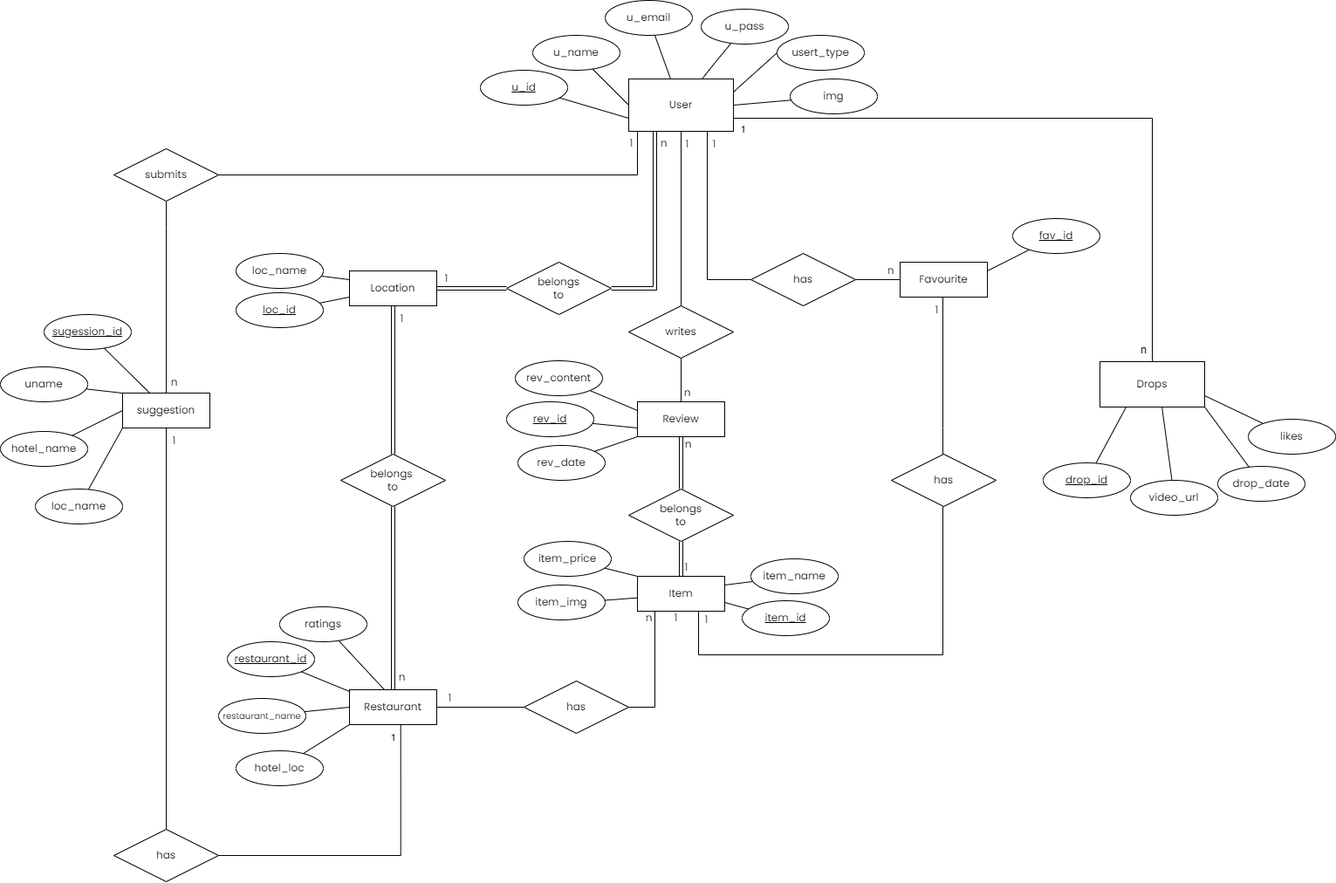
Before: docs/FINAL DOCUMENTATION/UML DIAGRAMS/ER/ER Diagram.drawio.png, a diagram exported from draw.io (darshan-dinesh-mp/eatables). Source tidied: cells renumbered, new cells last; positions are measured from the earlier drawing's top-left corner, leaving out a move shared by most shapes.
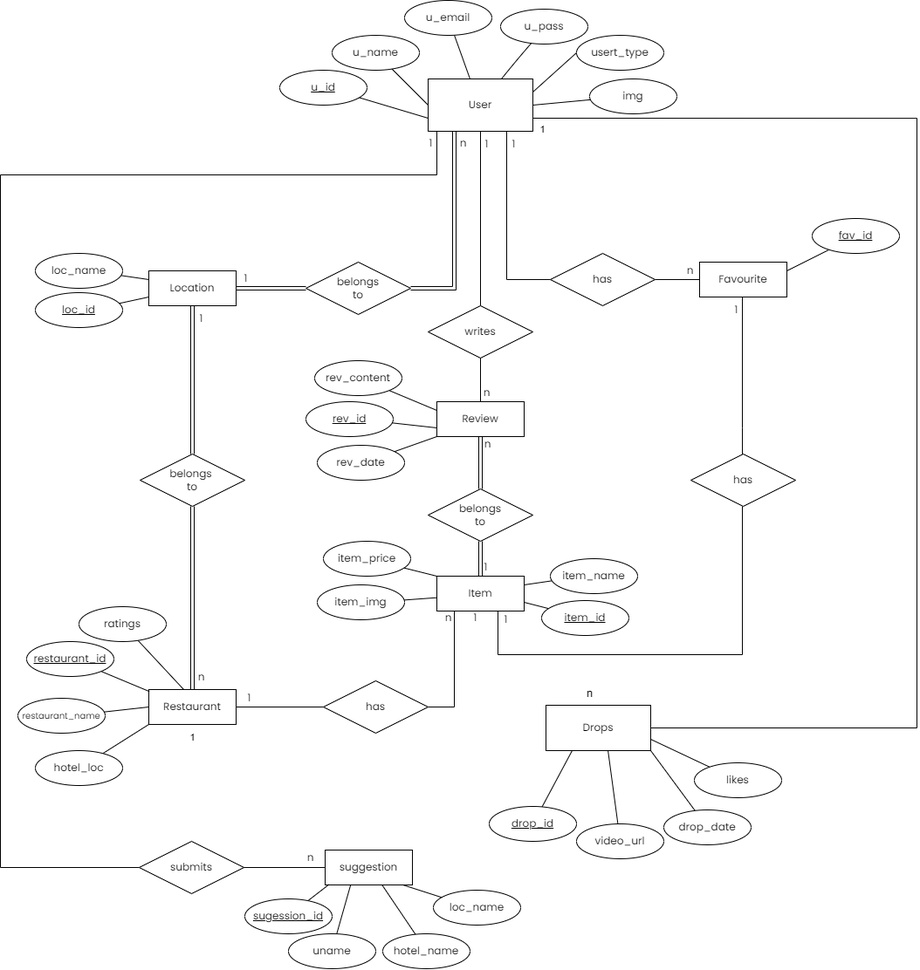
After the commit.

What changed in the source:
```diff
@@ -23,11 +23,13 @@
         </Array>
       </mxGeometry>
     </mxCell>
-    <mxCell id="5" style="edgeStyle=orthogonalEdgeStyle;shape=connector;rounded=0;jettySize=auto;html=1;labelBackgroundColor=default;strokeColor=default;fontFamily=Poppins;fontSize=12;fontColor=default;endArrow=none;endFill=0;exitX=0.25;exitY=0;exitDx=0;exitDy=0;fontStyle=0;fontSource=https%3A%2F%2Ffonts.googleapis.com%2Fcss%3Ffamily%3DPoppins;" parent="1" edge="1" source="6" target="13">
+    <mxCell id="5" style="edgeStyle=orthogonalEdgeStyle;shape=connector;rounded=0;jettySize=auto;html=1;labelBackgroundColor=default;strokeColor=default;fontFamily=Poppins;fontSize=12;fontColor=default;endArrow=none;endFill=0;exitX=0.25;exitY=0;exitDx=0;exitDy=0;fontStyle=0;fontSource=https%3A%2F%2Ffonts.googleapis.com%2Fcss%3Ffamily%3DPoppins;entryX=0;entryY=0.5;entryDx=0;entryDy=0;" parent="1" edge="1" source="6" target="13">
       <mxGeometry relative="1" as="geometry">
         <Array as="points">
           <mxPoint x="730" y="90" />
           <mxPoint x="730" y="200" />
+          <mxPoint x="230" y="200" />
+          <mxPoint x="230" y="994" />
         </Array>
       </mxGeometry>
     </mxCell>
@@ -53,22 +55,17 @@
     <mxCell id="11" value="writes" style="shape=rhombus;perimeter=rhombusPerimeter;whiteSpace=wrap;html=1;align=center;fontStyle=0;fontFamily=Poppins;fontSource=https%3A%2F%2Ffonts.googleapis.com%2Fcss%3Ffamily%3DPoppins;fontSize=12;" parent="1" vertex="1">
       <mxGeometry x="720" y="350" width="120" height="60" as="geometry" />
     </mxCell>
-    <mxCell id="12" style="edgeStyle=orthogonalEdgeStyle;shape=connector;rounded=0;jettySize=auto;html=1;labelBackgroundColor=default;strokeColor=default;fontFamily=Poppins;fontSize=12;fontColor=default;endArrow=none;endFill=0;fontStyle=0;fontSource=https%3A%2F%2Ffonts.googleapis.com%2Fcss%3Ffamily%3DPoppins;" parent="1" edge="1" source="13" target="15">
-      <mxGeometry relative="1" as="geometry">
-        <Array as="points">
-          <mxPoint x="190" y="260" />
-          <mxPoint x="190" y="260" />
-        </Array>
-      </mxGeometry>
+    <mxCell id="12" style="edgeStyle=orthogonalEdgeStyle;shape=connector;rounded=0;jettySize=auto;html=1;entryX=0;entryY=0.5;entryDx=0;entryDy=0;labelBackgroundColor=default;strokeColor=default;fontFamily=Poppins;fontSource=https%3A%2F%2Ffonts.googleapis.com%2Fcss%3Ffamily%3DPoppins;fontSize=12;fontColor=default;endArrow=none;endFill=0;" parent="1" edge="1" source="13" target="15">
+      <mxGeometry relative="1" as="geometry" />
     </mxCell>
     <mxCell id="13" value="submits" style="shape=rhombus;perimeter=rhombusPerimeter;whiteSpace=wrap;html=1;align=center;fontStyle=0;fontFamily=Poppins;fontSource=https%3A%2F%2Ffonts.googleapis.com%2Fcss%3Ffamily%3DPoppins;fontSize=12;" parent="1" vertex="1">
-      <mxGeometry x="130" y="170" width="120" height="60" as="geometry" />
+      <mxGeometry x="389" y="964" width="120" height="60" as="geometry" />
     </mxCell>
     <mxCell id="14" value="Favourite" style="whiteSpace=wrap;html=1;align=center;fontFamily=Poppins;fontSize=12;fontColor=default;fontStyle=0;fontSource=https%3A%2F%2Ffonts.googleapis.com%2Fcss%3Ffamily%3DPoppins;" parent="1" vertex="1">
       <mxGeometry x="1031" y="300" width="100" height="40" as="geometry" />
     </mxCell>
     <mxCell id="15" value="suggestion" style="whiteSpace=wrap;html=1;align=center;fontFamily=Poppins;fontSize=12;fontColor=default;fontStyle=0;fontSource=https%3A%2F%2Ffonts.googleapis.com%2Fcss%3Ffamily%3DPoppins;" parent="1" vertex="1">
-      <mxGeometry x="140" y="450" width="100" height="40" as="geometry" />
+      <mxGeometry x="602" y="974" width="100" height="40" as="geometry" />
     </mxCell>
     <mxCell id="16" value="Location" style="whiteSpace=wrap;html=1;align=center;fontFamily=Poppins;fontSize=12;fontColor=default;fontStyle=0;fontSource=https%3A%2F%2Ffonts.googleapis.com%2Fcss%3Ffamily%3DPoppins;" parent="1" vertex="1">
       <mxGeometry x="400" y="310" width="100" height="40" as="geometry" />
@@ -101,23 +98,6 @@
     <mxCell id="22" value="has" style="shape=rhombus;perimeter=rhombusPerimeter;whiteSpace=wrap;html=1;align=center;fontFamily=Poppins;fontSize=12;fontColor=default;fontStyle=0;fontSource=https%3A%2F%2Ffonts.googleapis.com%2Fcss%3Ffamily%3DPoppins;" parent="1" vertex="1">
       <mxGeometry x="1021" y="520" width="120" height="60" as="geometry" />
     </mxCell>
-    <mxCell id="23" style="edgeStyle=orthogonalEdgeStyle;shape=connector;rounded=0;jettySize=auto;html=1;labelBackgroundColor=default;strokeColor=default;fontFamily=Poppins;fontSize=12;fontColor=default;endArrow=none;endFill=0;entryX=0.5;entryY=1;entryDx=0;entryDy=0;fontStyle=0;fontSource=https%3A%2F%2Ffonts.googleapis.com%2Fcss%3Ffamily%3DPoppins;" parent="1" edge="1" source="25" target="15">
-      <mxGeometry relative="1" as="geometry">
-        <Array as="points">
-          <mxPoint x="190" y="980" />
-        </Array>
-      </mxGeometry>
-    </mxCell>
-    <mxCell id="24" style="edgeStyle=orthogonalEdgeStyle;shape=connector;rounded=0;jettySize=auto;html=1;labelBackgroundColor=default;strokeColor=default;fontFamily=Poppins;fontSize=12;fontColor=default;endArrow=none;endFill=0;fontStyle=0;fontSource=https%3A%2F%2Ffonts.googleapis.com%2Fcss%3Ffamily%3DPoppins;entryX=0.587;entryY=1.008;entryDx=0;entryDy=0;entryPerimeter=0;" parent="1" edge="1" source="25" target="30">
-      <mxGeometry relative="1" as="geometry">
-        <Array as="points">
-          <mxPoint x="459" y="980" />
-        </Array>
-      </mxGeometry>
-    </mxCell>
-    <mxCell id="25" value="has" style="shape=rhombus;perimeter=rhombusPerimeter;whiteSpace=wrap;html=1;align=center;fontFamily=Poppins;fontSize=12;fontColor=default;fontStyle=0;fontSource=https%3A%2F%2Ffonts.googleapis.com%2Fcss%3Ffamily%3DPoppins;" parent="1" vertex="1">
-      <mxGeometry x="130" y="950" width="120" height="60" as="geometry" />
-    </mxCell>
     <mxCell id="26" style="edgeStyle=orthogonalEdgeStyle;shape=link;rounded=0;jettySize=auto;html=1;labelBackgroundColor=default;strokeColor=default;fontFamily=Poppins;fontSize=12;fontColor=default;endArrow=none;endFill=0;fontStyle=0;fontSource=https%3A%2F%2Ffonts.googleapis.com%2Fcss%3Ffamily%3DPoppins;" parent="1" edge="1" source="28" target="18">
       <mxGeometry relative="1" as="geometry" />
     </mxCell>
@@ -191,23 +171,23 @@
     <mxCell id="43" value="u_pass" style="ellipse;whiteSpace=wrap;html=1;align=center;fontSize=12;fontStyle=0;fontFamily=Poppins;fontSource=https%3A%2F%2Ffonts.googleapis.com%2Fcss%3Ffamily%3DPoppins;" parent="1" vertex="1">
       <mxGeometry x="803" y="10" width="100" height="40" as="geometry" />
     </mxCell>
-    <mxCell id="44" style="edgeStyle=none;shape=connector;curved=1;rounded=0;jettySize=auto;html=1;labelBackgroundColor=default;strokeColor=default;fontFamily=Poppins;fontSize=12;fontColor=default;endArrow=none;endFill=0;startSize=8;endSize=8;fontStyle=0;fontSource=https%3A%2F%2Ffonts.googleapis.com%2Fcss%3Ffamily%3DPoppins;entryX=0;entryY=0;entryDx=0;entryDy=0;" parent="1" edge="1" source="45" target="15">
+    <mxCell id="44" style="edgeStyle=none;shape=connector;curved=1;rounded=0;jettySize=auto;html=1;labelBackgroundColor=default;strokeColor=default;fontFamily=Poppins;fontSize=12;fontColor=default;endArrow=none;endFill=0;startSize=8;endSize=8;fontStyle=0;fontSource=https%3A%2F%2Ffonts.googleapis.com%2Fcss%3Ffamily%3DPoppins;entryX=0.293;entryY=0.991;entryDx=0;entryDy=0;entryPerimeter=0;" parent="1" edge="1" source="45" target="15">
       <mxGeometry relative="1" as="geometry" />
     </mxCell>
     <mxCell id="45" value="uname" style="ellipse;whiteSpace=wrap;html=1;align=center;fontStyle=0;fontFamily=Poppins;fontSize=12;fontColor=default;fontSource=https%3A%2F%2Ffonts.googleapis.com%2Fcss%3Ffamily%3DPoppins;" parent="1" vertex="1">
-      <mxGeometry y="420" width="100" height="40" as="geometry" />
+      <mxGeometry x="560" y="1070" width="100" height="40" as="geometry" />
     </mxCell>
-    <mxCell id="46" style="edgeStyle=none;shape=connector;curved=1;rounded=0;jettySize=auto;html=1;entryX=0.316;entryY=0.012;entryDx=0;entryDy=0;entryPerimeter=0;labelBackgroundColor=default;strokeColor=default;fontFamily=Poppins;fontSize=12;fontColor=default;endArrow=none;endFill=0;startSize=8;endSize=8;fontStyle=0;fontSource=https%3A%2F%2Ffonts.googleapis.com%2Fcss%3Ffamily%3DPoppins;" parent="1" edge="1" source="47" target="15">
+    <mxCell id="46" style="edgeStyle=none;shape=connector;curved=1;rounded=0;jettySize=auto;html=1;labelBackgroundColor=default;strokeColor=default;fontFamily=Poppins;fontSize=12;fontColor=default;endArrow=none;endFill=0;startSize=8;endSize=8;fontStyle=0;fontSource=https%3A%2F%2Ffonts.googleapis.com%2Fcss%3Ffamily%3DPoppins;entryX=0.042;entryY=0.991;entryDx=0;entryDy=0;entryPerimeter=0;" parent="1" edge="1" source="47" target="15">
       <mxGeometry relative="1" as="geometry" />
     </mxCell>
     <mxCell id="47" value="sugession_id" style="ellipse;whiteSpace=wrap;html=1;align=center;fontFamily=Poppins;fontSize=12;fontColor=default;fontStyle=4;fontSource=https%3A%2F%2Ffonts.googleapis.com%2Fcss%3Ffamily%3DPoppins;" parent="1" vertex="1">
-      <mxGeometry x="50" y="360" width="100" height="40" as="geometry" />
+      <mxGeometry x="510" y="1030" width="100" height="40" as="geometry" />
     </mxCell>
-    <mxCell id="48" style="edgeStyle=none;shape=connector;curved=1;rounded=0;jettySize=auto;html=1;entryX=0;entryY=0.5;entryDx=0;entryDy=0;labelBackgroundColor=default;strokeColor=default;fontFamily=Poppins;fontSize=12;fontColor=default;endArrow=none;endFill=0;startSize=8;endSize=8;fontStyle=0;fontSource=https%3A%2F%2Ffonts.googleapis.com%2Fcss%3Ffamily%3DPoppins;" parent="1" edge="1" source="49" target="15">
+    <mxCell id="48" style="edgeStyle=none;shape=connector;curved=1;rounded=0;jettySize=auto;html=1;entryX=0.653;entryY=1.002;entryDx=0;entryDy=0;labelBackgroundColor=default;strokeColor=default;fontFamily=Poppins;fontSize=12;fontColor=default;endArrow=none;endFill=0;startSize=8;endSize=8;fontStyle=0;fontSource=https%3A%2F%2Ffonts.googleapis.com%2Fcss%3Ffamily%3DPoppins;entryPerimeter=0;" parent="1" edge="1" source="49" target="15">
       <mxGeometry relative="1" as="geometry" />
     </mxCell>
     <mxCell id="49" value="hotel_name" style="ellipse;whiteSpace=wrap;html=1;align=center;fontFamily=Poppins;fontSize=12;fontColor=default;fontStyle=0;fontSource=https%3A%2F%2Ffonts.googleapis.com%2Fcss%3Ffamily%3DPoppins;" parent="1" vertex="1">
-      <mxGeometry y="494" width="100" height="40" as="geometry" />
+      <mxGeometry x="668" y="1070" width="100" height="40" as="geometry" />
     </mxCell>
     <mxCell id="50" style="edgeStyle=none;shape=connector;curved=1;rounded=0;jettySize=auto;html=1;entryX=0;entryY=0.25;entryDx=0;entryDy=0;labelBackgroundColor=default;strokeColor=default;fontFamily=Poppins;fontSize=12;fontColor=default;endArrow=none;endFill=0;startSize=8;endSize=8;fontStyle=0;fontSource=https%3A%2F%2Ffonts.googleapis.com%2Fcss%3Ffamily%3DPoppins;" parent="1" edge="1" source="51" target="16">
       <mxGeometry relative="1" as="geometry" />
@@ -286,15 +266,9 @@
     <mxCell id="74" value="&lt;font style=&quot;font-size: 12px;&quot;&gt;1&lt;/font&gt;" style="text;html=1;align=center;verticalAlign=middle;strokeColor=none;fillColor=none;fontSize=12;fontFamily=Poppins;fontColor=default;fontStyle=0;fontSource=https%3A%2F%2Ffonts.googleapis.com%2Fcss%3Ffamily%3DPoppins;" parent="1" vertex="1">
       <mxGeometry x="708" y="149" width="30" height="30" as="geometry" />
     </mxCell>
-    <mxCell id="75" value="&lt;font style=&quot;font-size: 12px;&quot;&gt;n&lt;/font&gt;" style="text;html=1;align=center;verticalAlign=middle;strokeColor=none;fillColor=none;fontSize=12;fontFamily=Poppins;fontColor=default;fontStyle=0;fontSource=https%3A%2F%2Ffonts.googleapis.com%2Fcss%3Ffamily%3DPoppins;" parent="1" vertex="1">
-      <mxGeometry x="184" y="423" width="30" height="30" as="geometry" />
-    </mxCell>
     <mxCell id="76" value="&lt;font style=&quot;font-size: 12px;&quot;&gt;n&lt;/font&gt;" style="text;html=1;align=center;verticalAlign=middle;strokeColor=none;fillColor=none;fontSize=12;fontFamily=Poppins;fontColor=default;fontStyle=0;fontSource=https%3A%2F%2Ffonts.googleapis.com%2Fcss%3Ffamily%3DPoppins;" parent="1" vertex="1">
       <mxGeometry x="728" y="693" width="30" height="30" as="geometry" />
     </mxCell>
-    <mxCell id="77" value="&lt;font style=&quot;font-size: 12px;&quot;&gt;1&lt;/font&gt;" style="text;html=1;align=center;verticalAlign=middle;strokeColor=none;fillColor=none;fontSize=12;fontFamily=Poppins;fontColor=default;fontStyle=0;fontSource=https%3A%2F%2Ffonts.googleapis.com%2Fcss%3Ffamily%3DPoppins;" parent="1" vertex="1">
-      <mxGeometry x="184" y="490" width="30" height="30" as="geometry" />
-    </mxCell>
     <mxCell id="78" value="&lt;font style=&quot;font-size: 12px;&quot;&gt;n&lt;/font&gt;" style="text;html=1;align=center;verticalAlign=middle;strokeColor=none;fillColor=none;fontSize=12;fontFamily=Poppins;fontColor=default;fontStyle=0;fontSource=https%3A%2F%2Ffonts.googleapis.com%2Fcss%3Ffamily%3DPoppins;" parent="1" vertex="1">
       <mxGeometry x="773" y="494" width="30" height="30" as="geometry" />
     </mxCell>
@@ -331,11 +305,11 @@
     <mxCell id="89" value="img" style="ellipse;whiteSpace=wrap;html=1;align=center;fontSize=12;fontStyle=0;fontFamily=Poppins;fontSource=https%3A%2F%2Ffonts.googleapis.com%2Fcss%3Ffamily%3DPoppins;" parent="1" vertex="1">
       <mxGeometry x="905" y="90" width="100" height="40" as="geometry" />
     </mxCell>
-    <mxCell id="90" style="edgeStyle=none;shape=connector;rounded=0;jettySize=auto;html=1;entryX=0;entryY=1;entryDx=0;entryDy=0;labelBackgroundColor=default;strokeColor=default;fontFamily=Helvetica;fontSize=11;fontColor=default;endArrow=none;endFill=0;" parent="1" edge="1" source="91" target="15">
+    <mxCell id="90" style="edgeStyle=none;shape=connector;rounded=0;jettySize=auto;html=1;labelBackgroundColor=default;strokeColor=default;fontFamily=Helvetica;fontSize=11;fontColor=default;endArrow=none;endFill=0;entryX=0.895;entryY=1.003;entryDx=0;entryDy=0;entryPerimeter=0;" parent="1" edge="1" source="91" target="15">
       <mxGeometry relative="1" as="geometry" />
     </mxCell>
     <mxCell id="91" value="loc_name" style="ellipse;whiteSpace=wrap;html=1;align=center;fontFamily=Poppins;fontSize=12;fontColor=default;fontStyle=0;fontSource=https%3A%2F%2Ffonts.googleapis.com%2Fcss%3Ffamily%3DPoppins;" parent="1" vertex="1">
-      <mxGeometry x="40" y="560" width="100" height="40" as="geometry" />
+      <mxGeometry x="726" y="1020" width="100" height="40" as="geometry" />
     </mxCell>
     <mxCell id="92" style="edgeStyle=none;shape=connector;rounded=0;jettySize=auto;html=1;entryX=0.006;entryY=0.055;entryDx=0;entryDy=0;labelBackgroundColor=default;strokeColor=default;fontFamily=Helvetica;fontSize=11;fontColor=default;endArrow=none;endFill=0;entryPerimeter=0;" parent="1" edge="1" source="93" target="30">
       <mxGeometry relative="1" as="geometry" />
@@ -370,45 +344,49 @@
     <mxCell id="102" value="1" style="text;html=1;align=center;verticalAlign=middle;strokeColor=none;fillColor=none;fontSize=11;fontFamily=Helvetica;fontColor=default;" parent="1" vertex="1">
       <mxGeometry x="435" y="830" width="30" height="30" as="geometry" />
     </mxCell>
-    <mxCell id="103" style="edgeStyle=none;shape=connector;rounded=0;jettySize=auto;html=1;entryX=1;entryY=0.75;entryDx=0;entryDy=0;labelBackgroundColor=default;strokeColor=default;fontFamily=Helvetica;fontSize=11;fontColor=default;endArrow=none;endFill=0;" parent="1" edge="1" source="104" target="6">
+    <mxCell id="103" style="edgeStyle=orthogonalEdgeStyle;shape=connector;rounded=0;jettySize=auto;html=1;entryX=1;entryY=0.75;entryDx=0;entryDy=0;labelBackgroundColor=default;strokeColor=default;fontFamily=Helvetica;fontSize=11;fontColor=default;endArrow=none;endFill=0;exitX=1;exitY=0.5;exitDx=0;exitDy=0;" parent="1" edge="1" source="104" target="6">
       <mxGeometry relative="1" as="geometry">
         <Array as="points">
-          <mxPoint x="1320" y="135" />
+          <mxPoint x="1280" y="834" />
+          <mxPoint x="1280" y="135" />
         </Array>
       </mxGeometry>
     </mxCell>
     <mxCell id="104" value="Drops" style="whiteSpace=wrap;html=1;align=center;fontFamily=Poppins;fontSize=12;fontColor=default;fontStyle=0;fontSource=https%3A%2F%2Ffonts.googleapis.com%2Fcss%3Ffamily%3DPoppins;" parent="1" vertex="1">
-      <mxGeometry x="1260" y="414" width="120" height="52" as="geometry" />
+      <mxGeometry x="855" y="808" width="120" height="52" as="geometry" />
     </mxCell>
     <mxCell id="105" value="1" style="text;html=1;align=center;verticalAlign=middle;strokeColor=none;fillColor=none;fontSize=11;fontFamily=Helvetica;fontColor=default;" parent="1" vertex="1">
       <mxGeometry x="836" y="133" width="30" height="30" as="geometry" />
     </mxCell>
     <mxCell id="106" value="n" style="text;html=1;align=center;verticalAlign=middle;strokeColor=none;fillColor=none;fontSize=13;fontFamily=Helvetica;fontColor=default;" parent="1" vertex="1">
-      <mxGeometry x="1295" y="385" width="30" height="30" as="geometry" />
+      <mxGeometry x="890" y="779" width="30" height="30" as="geometry" />
     </mxCell>
     <mxCell id="107" style="edgeStyle=none;shape=connector;rounded=0;jettySize=auto;html=1;entryX=0.25;entryY=1;entryDx=0;entryDy=0;labelBackgroundColor=default;strokeColor=default;fontFamily=Helvetica;fontSize=11;fontColor=default;endArrow=none;endFill=0;" parent="1" edge="1" source="108" target="104">
       <mxGeometry relative="1" as="geometry" />
     </mxCell>
     <mxCell id="108" value="drop_id" style="ellipse;whiteSpace=wrap;html=1;align=center;fontStyle=4;fontFamily=Poppins;fontSize=12;fontColor=default;fontSource=https%3A%2F%2Ffonts.googleapis.com%2Fcss%3Ffamily%3DPoppins;" parent="1" vertex="1">
-      <mxGeometry x="1195" y="530" width="100" height="40" as="geometry" />
+      <mxGeometry x="790" y="924" width="100" height="40" as="geometry" />
     </mxCell>
     <mxCell id="109" style="edgeStyle=none;shape=connector;rounded=0;jettySize=auto;html=1;entryX=0.592;entryY=0.995;entryDx=0;entryDy=0;entryPerimeter=0;labelBackgroundColor=default;strokeColor=default;fontFamily=Helvetica;fontSize=11;fontColor=default;endArrow=none;endFill=0;" parent="1" edge="1" source="110" target="104">
       <mxGeometry relative="1" as="geometry" />
     </mxCell>
     <mxCell id="110" value="video_url" style="ellipse;whiteSpace=wrap;html=1;align=center;fontStyle=0;fontFamily=Poppins;fontSize=12;fontColor=default;fontSource=https%3A%2F%2Ffonts.googleapis.com%2Fcss%3Ffamily%3DPoppins;" parent="1" vertex="1">
-      <mxGeometry x="1295" y="550" width="100" height="40" as="geometry" />
+      <mxGeometry x="890" y="944" width="100" height="40" as="geometry" />
     </mxCell>
     <mxCell id="111" style="edgeStyle=none;shape=connector;rounded=0;jettySize=auto;html=1;entryX=1;entryY=1;entryDx=0;entryDy=0;labelBackgroundColor=default;strokeColor=default;fontFamily=Helvetica;fontSize=11;fontColor=default;endArrow=none;endFill=0;" parent="1" edge="1" source="112" target="104">
       <mxGeometry relative="1" as="geometry" />
     </mxCell>
     <mxCell id="112" value="drop_date" style="ellipse;whiteSpace=wrap;html=1;align=center;fontStyle=0;fontFamily=Poppins;fontSize=12;fontColor=default;fontSource=https%3A%2F%2Ffonts.googleapis.com%2Fcss%3Ffamily%3DPoppins;" parent="1" vertex="1">
-      <mxGeometry x="1395" y="534" width="100" height="40" as="geometry" />
+      <mxGeometry x="990" y="928" width="100" height="40" as="geometry" />
     </mxCell>
     <mxCell id="113" style="edgeStyle=none;shape=connector;rounded=0;jettySize=auto;html=1;entryX=1;entryY=0.75;entryDx=0;entryDy=0;labelBackgroundColor=default;strokeColor=default;fontFamily=Helvetica;fontSize=11;fontColor=default;endArrow=none;endFill=0;" parent="1" edge="1" source="114" target="104">
       <mxGeometry relative="1" as="geometry" />
     </mxCell>
     <mxCell id="114" value="likes" style="ellipse;whiteSpace=wrap;html=1;align=center;fontStyle=0;fontFamily=Poppins;fontSize=12;fontColor=default;fontSource=https%3A%2F%2Ffonts.googleapis.com%2Fcss%3Ffamily%3DPoppins;" parent="1" vertex="1">
-      <mxGeometry x="1430" y="480" width="100" height="40" as="geometry" />
+      <mxGeometry x="1025" y="874" width="100" height="40" as="geometry" />
     </mxCell>
+    <mxCell id="75" value="&lt;span style=&quot;font-size: 12px;&quot;&gt;n&lt;/span&gt;" style="text;html=1;align=center;verticalAlign=middle;strokeColor=none;fillColor=none;fontSize=12;fontFamily=Poppins;fontColor=default;fontStyle=0;fontSource=https%3A%2F%2Ffonts.googleapis.com%2Fcss%3Ffamily%3DPoppins;" parent="1" vertex="1">
+      <mxGeometry x="570" y="968" width="30" height="30" as="geometry" />
+    </mxCell>
   </root>
 </mxGraphModel>
```
